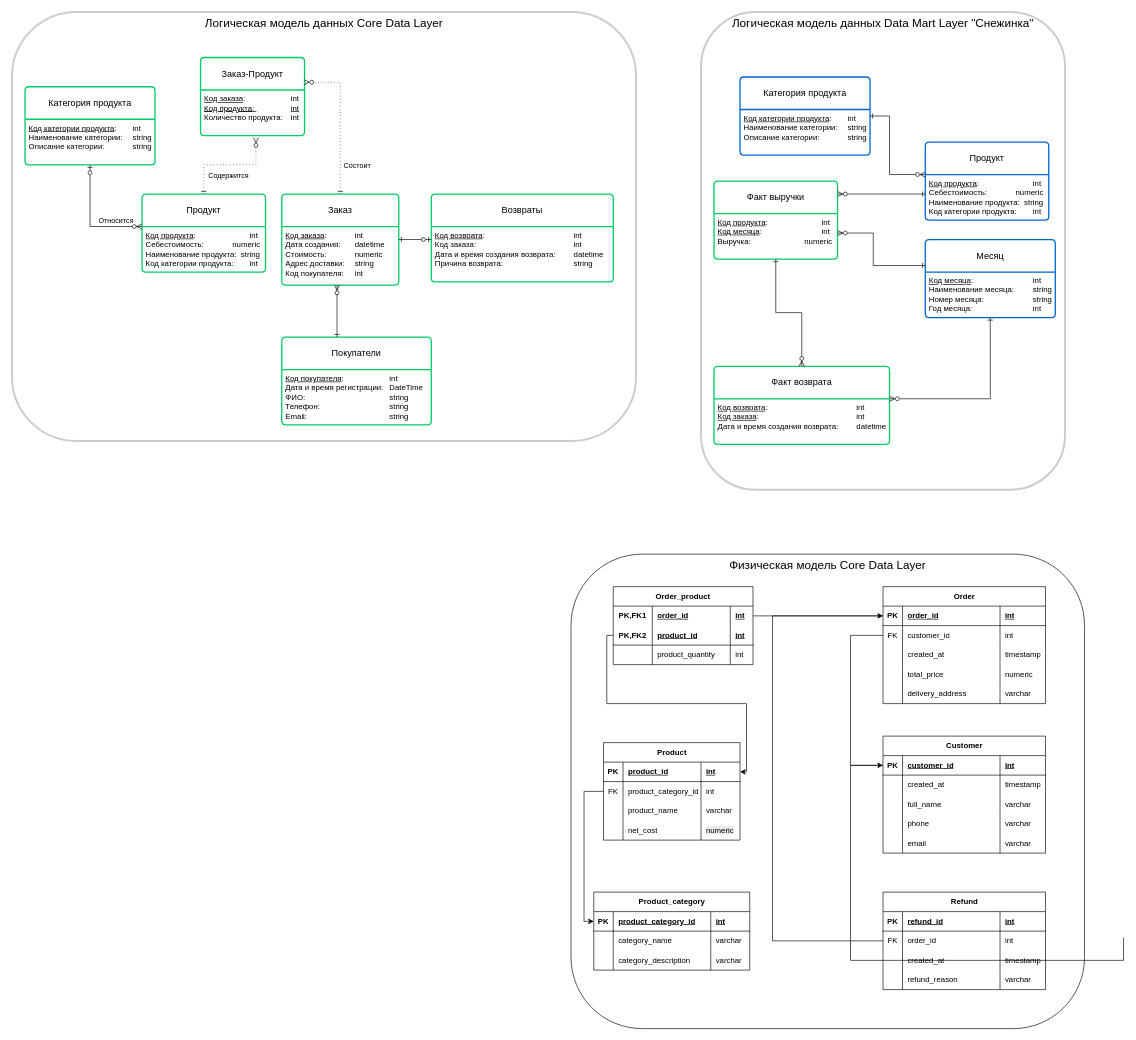
The draw.io diagram PWH-18_HW1.drawio in nik-gorby/PWH-18, before the edit. Source tidied: cells renumbered, new cells numbered last; positions are measured from the earlier drawing's top-left corner, leaving out a move shared by most shapes. Both pictures are drawn from the tidied source at 65%, with x=0, y=0 at pixel (12, 12).
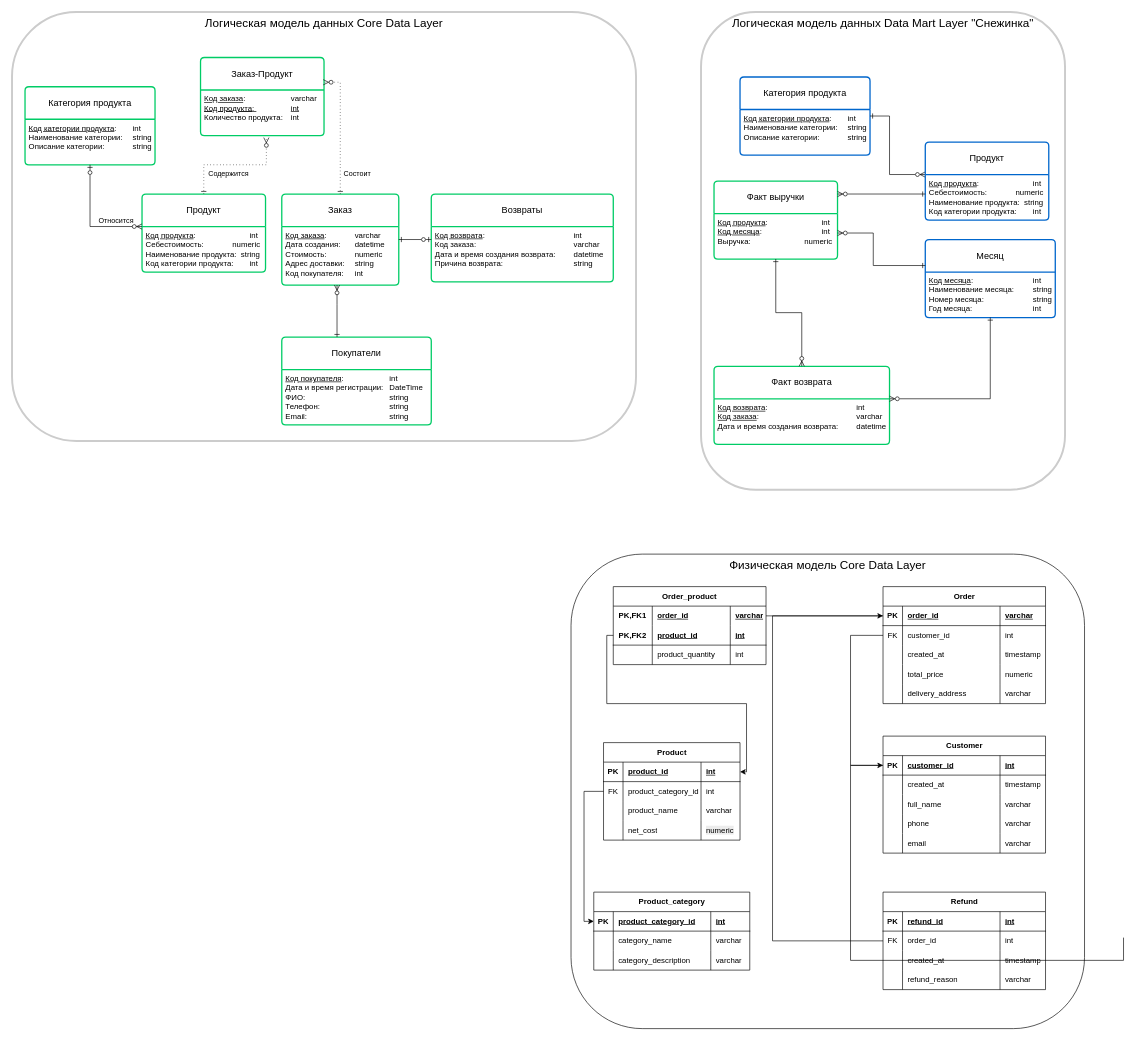
The same page after the edit.

The change refers to these unchanged cells:
```xml
<mxCell id="7" value="Заказ" style="swimlane;horizontal=1;startSize=50;rounded=1;fontSize=14;fontStyle=0;strokeWidth=2;shadow=0;dashed=0;align=center;arcSize=4;whiteSpace=wrap;html=1;strokeColor=#00CC66;" parent="1" vertex="1">
  <mxGeometry x="415" y="280" width="180" height="140" as="geometry" />
</mxCell>
<mxCell id="30" value="Возвраты" style="swimlane;horizontal=1;startSize=50;rounded=1;fontSize=14;fontStyle=0;strokeWidth=2;shadow=0;dashed=0;align=center;arcSize=4;whiteSpace=wrap;html=1;strokeColor=#00CC66;" parent="1" vertex="1">
  <mxGeometry x="645" y="280" width="280" height="135" as="geometry" />
</mxCell>
<mxCell id="36" value="Факт возврата" style="swimlane;horizontal=1;startSize=50;rounded=1;fontSize=14;fontStyle=0;strokeWidth=2;shadow=0;dashed=0;align=center;arcSize=4;whiteSpace=wrap;html=1;strokeColor=#00CC66;" parent="1" vertex="1">
  <mxGeometry x="1080" y="545" width="270" height="120" as="geometry" />
</mxCell>
<mxCell id="85" style="shape=tableRow;horizontal=0;startSize=0;swimlaneHead=0;swimlaneBody=0;fillColor=none;points=[[0,0.5],[1,0.5]];portConstraint=eastwest;top=0;left=0;right=0;bottom=1;" parent="84" vertex="1">
  <mxGeometry y="30" width="250" height="30" as="geometry" />
</mxCell>
```

The edit, as a diff of the source:
```diff
@@
     <mxCell id="5" value="Заказ-Продукт" style="swimlane;horizontal=1;startSize=50;rounded=1;fontSize=14;fontStyle=0;strokeWidth=2;shadow=0;dashed=0;align=center;arcSize=4;whiteSpace=wrap;html=1;strokeColor=#00CC66;" parent="1" vertex="1">
-      <mxGeometry x="290" y="70" width="160" height="120" as="geometry" />
+      <mxGeometry x="290" y="70" width="190" height="120" as="geometry" />
     </mxCell>
-    <mxCell id="6" value="&lt;div style=&quot;text-align: justify;&quot;&gt;&lt;u style=&quot;background-color: transparent; color: light-dark(rgb(0, 0, 0), rgb(255, 255, 255));&quot;&gt;Код заказа&lt;/u&gt;&lt;span style=&quot;background-color: transparent; color: light-dark(rgb(0, 0, 0), rgb(255, 255, 255));&quot;&gt;: &lt;span style=&quot;white-space: pre;&quot;&gt;&#9;&lt;/span&gt;&lt;span style=&quot;white-space: pre;&quot;&gt;&#9;&lt;/span&gt;&lt;span style=&quot;white-space: pre;&quot;&gt;&#9;&lt;/span&gt;int&lt;/span&gt;&lt;/div&gt;&lt;u&gt;&lt;div style=&quot;text-align: justify;&quot;&gt;&lt;u style=&quot;background-color: transparent; color: light-dark(rgb(0, 0, 0), rgb(255, 255, 255));&quot;&gt;Код продукта&lt;/u&gt;&lt;span style=&quot;background-color: transparent; color: light-dark(rgb(0, 0, 0), rgb(255, 255, 255));&quot;&gt;: &lt;span style=&quot;white-space: pre;&quot;&gt;&#9;&lt;/span&gt;&lt;span style=&quot;white-space: pre;&quot;&gt;&#9;&lt;/span&gt;int&lt;/span&gt;&lt;/div&gt;&lt;/u&gt;&lt;div style=&quot;text-align: justify;&quot;&gt;&lt;span style=&quot;background-color: transparent; color: light-dark(rgb(0, 0, 0), rgb(255, 255, 255));&quot;&gt;Количество продукта:&lt;span style=&quot;white-space: pre;&quot;&gt;&#9;&lt;/span&gt;int&lt;/span&gt;&lt;/div&gt;" style="align=left;strokeColor=none;fillColor=none;spacingLeft=4;spacingRight=4;fontSize=12;verticalAlign=top;html=1;whiteSpace=wrap;" parent="5" vertex="1">
-      <mxGeometry y="50" width="160" height="70" as="geometry" />
+    <mxCell id="6" value="&lt;div style=&quot;text-align: justify;&quot;&gt;&lt;u style=&quot;background-color: transparent; color: light-dark(rgb(0, 0, 0), rgb(255, 255, 255));&quot;&gt;Код заказа&lt;/u&gt;&lt;span style=&quot;background-color: transparent; color: light-dark(rgb(0, 0, 0), rgb(255, 255, 255));&quot;&gt;: &lt;span style=&quot;white-space: pre;&quot;&gt;&#9;&lt;/span&gt;&lt;span style=&quot;white-space: pre;&quot;&gt;&#9;&lt;/span&gt;&lt;span style=&quot;white-space: pre;&quot;&gt;&#9;&lt;/span&gt;varchar&lt;/span&gt;&lt;/div&gt;&lt;u&gt;&lt;div style=&quot;text-align: justify;&quot;&gt;&lt;u style=&quot;background-color: transparent; color: light-dark(rgb(0, 0, 0), rgb(255, 255, 255));&quot;&gt;Код продукта&lt;/u&gt;&lt;span style=&quot;background-color: transparent; color: light-dark(rgb(0, 0, 0), rgb(255, 255, 255));&quot;&gt;: &lt;span style=&quot;white-space: pre;&quot;&gt;&#9;&lt;/span&gt;&lt;span style=&quot;white-space: pre;&quot;&gt;&#9;&lt;/span&gt;int&lt;/span&gt;&lt;/div&gt;&lt;/u&gt;&lt;div style=&quot;text-align: justify;&quot;&gt;&lt;span style=&quot;background-color: transparent; color: light-dark(rgb(0, 0, 0), rgb(255, 255, 255));&quot;&gt;Количество продукта:&lt;span style=&quot;white-space: pre;&quot;&gt;&#9;&lt;/span&gt;int&lt;/span&gt;&lt;/div&gt;" style="align=left;strokeColor=none;fillColor=none;spacingLeft=4;spacingRight=4;fontSize=12;verticalAlign=top;html=1;whiteSpace=wrap;" parent="5" vertex="1">
+      <mxGeometry y="50" width="190" height="70" as="geometry" />
     </mxCell>
@@
-    <mxCell id="8" value="&lt;div style=&quot;text-align: justify;&quot;&gt;&lt;u style=&quot;background-color: transparent; color: light-dark(rgb(0, 0, 0), rgb(255, 255, 255));&quot;&gt;Код заказа&lt;/u&gt;&lt;span style=&quot;background-color: transparent; color: light-dark(rgb(0, 0, 0), rgb(255, 255, 255));&quot;&gt;: &lt;span style=&quot;white-space: pre;&quot;&gt;&#9;&lt;/span&gt;&lt;span style=&quot;white-space: pre;&quot;&gt;&#9;&lt;/span&gt;int&lt;/span&gt;&lt;/div&gt;&lt;div style=&quot;text-align: justify;&quot;&gt;Дата создания: &lt;span style=&quot;white-space: pre;&quot;&gt;&#9;&lt;/span&gt;datetime&lt;/div&gt;&lt;div style=&quot;text-align: justify;&quot;&gt;Стоимость: &lt;span style=&quot;white-space: pre;&quot;&gt;&#9;&lt;/span&gt;&lt;span style=&quot;white-space: pre;&quot;&gt;&#9;&lt;/span&gt;numeric&lt;/div&gt;&lt;div style=&quot;text-align: justify;&quot;&gt;Адрес доставки: &lt;span style=&quot;white-space: pre;&quot;&gt;&#9;&lt;/span&gt;string&lt;/div&gt;&lt;div style=&quot;text-align: justify;&quot;&gt;Код покупателя: &lt;span style=&quot;white-space: pre;&quot;&gt;&#9;&lt;/span&gt;int&lt;/div&gt;" style="align=left;strokeColor=none;fillColor=none;spacingLeft=4;spacingRight=4;fontSize=12;verticalAlign=top;html=1;whiteSpace=wrap;" parent="7" vertex="1">
+    <mxCell id="8" value="&lt;div style=&quot;text-align: justify;&quot;&gt;&lt;u style=&quot;background-color: transparent; color: light-dark(rgb(0, 0, 0), rgb(255, 255, 255));&quot;&gt;Код заказа&lt;/u&gt;&lt;span style=&quot;background-color: transparent; color: light-dark(rgb(0, 0, 0), rgb(255, 255, 255));&quot;&gt;: &lt;span style=&quot;white-space: pre;&quot;&gt;&#9;&lt;/span&gt;&lt;span style=&quot;white-space: pre;&quot;&gt;&#9;&lt;/span&gt;varchar&lt;/span&gt;&lt;/div&gt;&lt;div style=&quot;text-align: justify;&quot;&gt;Дата создания: &lt;span style=&quot;white-space: pre;&quot;&gt;&#9;&lt;/span&gt;datetime&lt;/div&gt;&lt;div style=&quot;text-align: justify;&quot;&gt;Стоимость: &lt;span style=&quot;white-space: pre;&quot;&gt;&#9;&lt;/span&gt;&lt;span style=&quot;white-space: pre;&quot;&gt;&#9;&lt;/span&gt;numeric&lt;/div&gt;&lt;div style=&quot;text-align: justify;&quot;&gt;Адрес доставки: &lt;span style=&quot;white-space: pre;&quot;&gt;&#9;&lt;/span&gt;string&lt;/div&gt;&lt;div style=&quot;text-align: justify;&quot;&gt;Код покупателя: &lt;span style=&quot;white-space: pre;&quot;&gt;&#9;&lt;/span&gt;int&lt;/div&gt;" style="align=left;strokeColor=none;fillColor=none;spacingLeft=4;spacingRight=4;fontSize=12;verticalAlign=top;html=1;whiteSpace=wrap;" parent="7" vertex="1">
       <mxGeometry y="50" width="180" height="90" as="geometry" />
     </mxCell>
@@
-    <mxCell id="31" value="&lt;u&gt;Код возврата&lt;/u&gt;: &lt;span style=&quot;white-space: pre;&quot;&gt;&#9;&lt;/span&gt;&lt;span style=&quot;white-space: pre;&quot;&gt;&#9;&lt;/span&gt;&lt;span style=&quot;white-space: pre;&quot;&gt;&#9;&lt;/span&gt;&lt;span style=&quot;white-space: pre;&quot;&gt;&#9;&lt;/span&gt;&lt;span style=&quot;white-space: pre;&quot;&gt;&#9;&lt;/span&gt;int&lt;div&gt;Код заказа: &lt;span style=&quot;white-space: pre;&quot;&gt;&#9;&lt;/span&gt;&lt;span style=&quot;white-space: pre;&quot;&gt;&#9;&lt;/span&gt;&lt;span style=&quot;white-space: pre;&quot;&gt;&#9;&lt;/span&gt;&lt;span style=&quot;white-space: pre;&quot;&gt;&#9;&lt;/span&gt;&lt;span style=&quot;white-space: pre;&quot;&gt;&#9;&lt;/span&gt;&lt;span style=&quot;white-space: pre;&quot;&gt;&#9;&lt;/span&gt;int&lt;/div&gt;&lt;div&gt;&lt;span style=&quot;background-color: transparent; color: light-dark(rgb(0, 0, 0), rgb(255, 255, 255));&quot;&gt;Дата и время создания возврата: &lt;/span&gt;&lt;span style=&quot;background-color: transparent; color: light-dark(rgb(0, 0, 0), rgb(255, 255, 255)); white-space: pre;&quot;&gt;&#9;&lt;/span&gt;&lt;span style=&quot;background-color: transparent; color: light-dark(rgb(0, 0, 0), rgb(255, 255, 255));&quot;&gt;datetime&lt;/span&gt;&lt;/div&gt;&lt;div&gt;Причина возврата: &lt;span style=&quot;white-space: pre;&quot;&gt;&#9;&lt;/span&gt;&lt;span style=&quot;white-space: pre;&quot;&gt;&#9;&lt;/span&gt;&lt;span style=&quot;white-space: pre;&quot;&gt;&#9;&lt;/span&gt;&lt;span style=&quot;white-space: pre;&quot;&gt;&#9;&lt;/span&gt;string&lt;/div&gt;" style="align=left;strokeColor=none;fillColor=none;spacingLeft=4;spacingRight=4;fontSize=12;verticalAlign=top;html=1;whiteSpace=wrap;" parent="30" vertex="1">
+    <mxCell id="31" value="&lt;u&gt;Код возврата&lt;/u&gt;: &lt;span style=&quot;white-space: pre;&quot;&gt;&#9;&lt;/span&gt;&lt;span style=&quot;white-space: pre;&quot;&gt;&#9;&lt;/span&gt;&lt;span style=&quot;white-space: pre;&quot;&gt;&#9;&lt;/span&gt;&lt;span style=&quot;white-space: pre;&quot;&gt;&#9;&lt;/span&gt;&lt;span style=&quot;white-space: pre;&quot;&gt;&#9;&lt;/span&gt;int&lt;div&gt;Код заказа: &lt;span style=&quot;white-space: pre;&quot;&gt;&#9;&lt;/span&gt;&lt;span style=&quot;white-space: pre;&quot;&gt;&#9;&lt;/span&gt;&lt;span style=&quot;white-space: pre;&quot;&gt;&#9;&lt;/span&gt;&lt;span style=&quot;white-space: pre;&quot;&gt;&#9;&lt;/span&gt;&lt;span style=&quot;white-space: pre;&quot;&gt;&#9;&lt;/span&gt;&lt;span style=&quot;white-space: pre;&quot;&gt;&#9;&lt;/span&gt;varchar&lt;/div&gt;&lt;div&gt;&lt;span style=&quot;background-color: transparent; color: light-dark(rgb(0, 0, 0), rgb(255, 255, 255));&quot;&gt;Дата и время создания возврата: &lt;/span&gt;&lt;span style=&quot;background-color: transparent; color: light-dark(rgb(0, 0, 0), rgb(255, 255, 255)); white-space: pre;&quot;&gt;&#9;&lt;/span&gt;&lt;span style=&quot;background-color: transparent; color: light-dark(rgb(0, 0, 0), rgb(255, 255, 255));&quot;&gt;datetime&lt;/span&gt;&lt;/div&gt;&lt;div&gt;Причина возврата: &lt;span style=&quot;white-space: pre;&quot;&gt;&#9;&lt;/span&gt;&lt;span style=&quot;white-space: pre;&quot;&gt;&#9;&lt;/span&gt;&lt;span style=&quot;white-space: pre;&quot;&gt;&#9;&lt;/span&gt;&lt;span style=&quot;white-space: pre;&quot;&gt;&#9;&lt;/span&gt;string&lt;/div&gt;" style="align=left;strokeColor=none;fillColor=none;spacingLeft=4;spacingRight=4;fontSize=12;verticalAlign=top;html=1;whiteSpace=wrap;" parent="30" vertex="1">
       <mxGeometry y="50" width="280" height="85" as="geometry" />
     </mxCell>
@@
-    <mxCell id="37" value="&lt;u&gt;Код возврата&lt;/u&gt;: &lt;span style=&quot;white-space: pre;&quot;&gt;&#9;&lt;/span&gt;&lt;span style=&quot;white-space: pre;&quot;&gt;&#9;&lt;/span&gt;&lt;span style=&quot;white-space: pre;&quot;&gt;&#9;&lt;/span&gt;&lt;span style=&quot;white-space: pre;&quot;&gt;&#9;&lt;/span&gt;&lt;span style=&quot;white-space: pre;&quot;&gt;&#9;&lt;/span&gt;int&lt;div&gt;&lt;u&gt;Код заказа&lt;/u&gt;: &lt;span style=&quot;white-space: pre;&quot;&gt;&#9;&lt;/span&gt;&lt;span style=&quot;white-space: pre;&quot;&gt;&#9;&lt;/span&gt;&lt;span style=&quot;white-space: pre;&quot;&gt;&#9;&lt;/span&gt;&lt;span style=&quot;white-space: pre;&quot;&gt;&#9;&lt;/span&gt;&lt;span style=&quot;white-space: pre;&quot;&gt;&#9;&lt;/span&gt;&lt;span style=&quot;white-space: pre;&quot;&gt;&#9;&lt;/span&gt;int&lt;/div&gt;&lt;div&gt;Дата и время создания возврата: &lt;span style=&quot;white-space: pre;&quot;&gt;&#9;&lt;/span&gt;datetime&lt;/div&gt;" style="align=left;strokeColor=none;fillColor=none;spacingLeft=4;spacingRight=4;fontSize=12;verticalAlign=top;html=1;whiteSpace=wrap;" parent="36" vertex="1">
+    <mxCell id="37" value="&lt;u&gt;Код возврата&lt;/u&gt;: &lt;span style=&quot;white-space: pre;&quot;&gt;&#9;&lt;/span&gt;&lt;span style=&quot;white-space: pre;&quot;&gt;&#9;&lt;/span&gt;&lt;span style=&quot;white-space: pre;&quot;&gt;&#9;&lt;/span&gt;&lt;span style=&quot;white-space: pre;&quot;&gt;&#9;&lt;/span&gt;&lt;span style=&quot;white-space: pre;&quot;&gt;&#9;&lt;/span&gt;int&lt;div&gt;&lt;u&gt;Код заказа&lt;/u&gt;: &lt;span style=&quot;white-space: pre;&quot;&gt;&#9;&lt;/span&gt;&lt;span style=&quot;white-space: pre;&quot;&gt;&#9;&lt;/span&gt;&lt;span style=&quot;white-space: pre;&quot;&gt;&#9;&lt;/span&gt;&lt;span style=&quot;white-space: pre;&quot;&gt;&#9;&lt;/span&gt;&lt;span style=&quot;white-space: pre;&quot;&gt;&#9;&lt;/span&gt;&lt;span style=&quot;white-space: pre;&quot;&gt;&#9;&lt;/span&gt;varchar&lt;/div&gt;&lt;div&gt;Дата и время создания возврата: &lt;span style=&quot;white-space: pre;&quot;&gt;&#9;&lt;/span&gt;datetime&lt;/div&gt;" style="align=left;strokeColor=none;fillColor=none;spacingLeft=4;spacingRight=4;fontSize=12;verticalAlign=top;html=1;whiteSpace=wrap;" parent="36" vertex="1">
       <mxGeometry y="50" width="270" height="70" as="geometry" />
     </mxCell>
@@
     <mxCell id="71" value="Order_product" style="shape=table;startSize=30;childLayout=tableLayout;rowLines=0;fontStyle=1;align=center;html=1;whiteSpace=wrap;" parent="1" vertex="1">
-      <mxGeometry x="925" y="884" width="215" height="120" as="geometry" />
+      <mxGeometry x="925" y="884" width="235" height="120" as="geometry" />
     </mxCell>
     <mxCell id="72" style="shape=tableRow;horizontal=0;startSize=0;swimlaneHead=0;swimlaneBody=0;fillColor=none;points=[[0,0.5],[1,0.5]];portConstraint=eastwest;top=0;left=0;right=0;bottom=0;html=1;" parent="71" vertex="1">
-      <mxGeometry y="30" width="215" height="30" as="geometry" />
+      <mxGeometry y="30" width="235" height="30" as="geometry" />
     </mxCell>
@@
-    <mxCell id="75" value="int" style="shape=partialRectangle;fillColor=none;top=0;left=0;bottom=0;right=0;align=left;spacingLeft=6;fontStyle=5;overflow=hidden;html=1;whiteSpace=wrap;" parent="72" vertex="1">
-      <mxGeometry x="180" width="35" height="30" as="geometry" />
+    <mxCell id="75" value="varchar" style="shape=partialRectangle;fillColor=none;top=0;left=0;bottom=0;right=0;align=left;spacingLeft=6;fontStyle=5;overflow=hidden;html=1;whiteSpace=wrap;" parent="72" vertex="1">
+      <mxGeometry x="180" width="55" height="30" as="geometry" />
     </mxCell>
     <mxCell id="76" style="shape=tableRow;horizontal=0;startSize=0;swimlaneHead=0;swimlaneBody=0;fillColor=none;points=[[0,0.5],[1,0.5]];portConstraint=eastwest;top=0;left=0;right=0;bottom=1;html=1;" parent="71" vertex="1">
-      <mxGeometry y="60" width="215" height="30" as="geometry" />
+      <mxGeometry y="60" width="235" height="30" as="geometry" />
     </mxCell>
@@
     <mxCell id="79" value="int" style="shape=partialRectangle;fillColor=none;top=0;left=0;bottom=0;right=0;align=left;spacingLeft=6;fontStyle=5;overflow=hidden;html=1;whiteSpace=wrap;" parent="76" vertex="1">
-      <mxGeometry x="180" width="35" height="30" as="geometry" />
+      <mxGeometry x="180" width="55" height="30" as="geometry" />
     </mxCell>
     <mxCell id="80" style="shape=tableRow;horizontal=0;startSize=0;swimlaneHead=0;swimlaneBody=0;fillColor=none;top=0;left=0;right=0;bottom=0;html=1;" parent="71" vertex="1">
-      <mxGeometry y="90" width="215" height="30" as="geometry" />
+      <mxGeometry y="90" width="235" height="30" as="geometry" />
     </mxCell>
@@
     <mxCell id="83" value="int" style="shape=partialRectangle;fillColor=none;top=0;left=0;bottom=0;right=0;align=left;spacingLeft=6;overflow=hidden;html=1;whiteSpace=wrap;" parent="80" vertex="1">
-      <mxGeometry x="180" width="35" height="30" as="geometry" />
+      <mxGeometry x="180" width="55" height="30" as="geometry" />
     </mxCell>
@@
-    <mxCell id="88" value="int" style="shape=partialRectangle;fillColor=none;top=0;left=0;bottom=0;right=0;align=left;spacingLeft=6;fontStyle=5;overflow=hidden;whiteSpace=wrap;html=1;" parent="85" vertex="1">
+    <mxCell id="88" value="varchar" style="shape=partialRectangle;fillColor=none;top=0;left=0;bottom=0;right=0;align=left;spacingLeft=6;fontStyle=5;overflow=hidden;whiteSpace=wrap;html=1;" parent="85" vertex="1">
       <mxGeometry x="180" width="70" height="30" as="geometry" />
     </mxCell>
```
